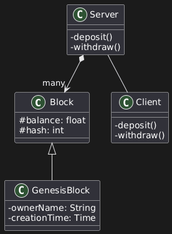
Before: uml/class_diagram.png, a diagram exported from PlantUML (Andre-Grassi/mini_blockchain). The source it was exported from:
```plantuml
@startuml
skinparam classAttributeIconSize 0

class Block {
  #balance: float
  #hash: int
}

class GenesisBlock {
  -ownerName: String
  -creationTime: Time
}

Block <|-- GenesisBlock


class Client {
  -deposit()
  -withdraw()
}

class Server {
  -deposit()
  -withdraw()
}

Server *--> "many" Block
Server -- Client
@enduml
```
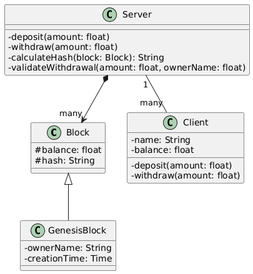
Later version of the same file.

Commit message:
Update class diagram png

Change to the diagram source:
```diff
@@ -3,7 +3,7 @@
 
 class Block {
   #balance: float
-  #hash: int
+  #hash: String
 }
 
 class GenesisBlock {
@@ -15,15 +15,20 @@
 
 
 class Client {
-  -deposit()
-  -withdraw()
+  -name: String
+  -balance: float
+  -deposit(amount: float)
+  -withdraw(amount: float)
 }
 
 class Server {
-  -deposit()
-  -withdraw()
+  -deposit(amount: float)
+  -withdraw(amount: float)
+  -calculateHash(block: Block): String
+  -validateWithdrawal(amount: float, ownerName: float)
 }
 
 Server *--> "many" Block
-Server -- Client
+
+Server "1"--"many" Client
 @enduml
```
